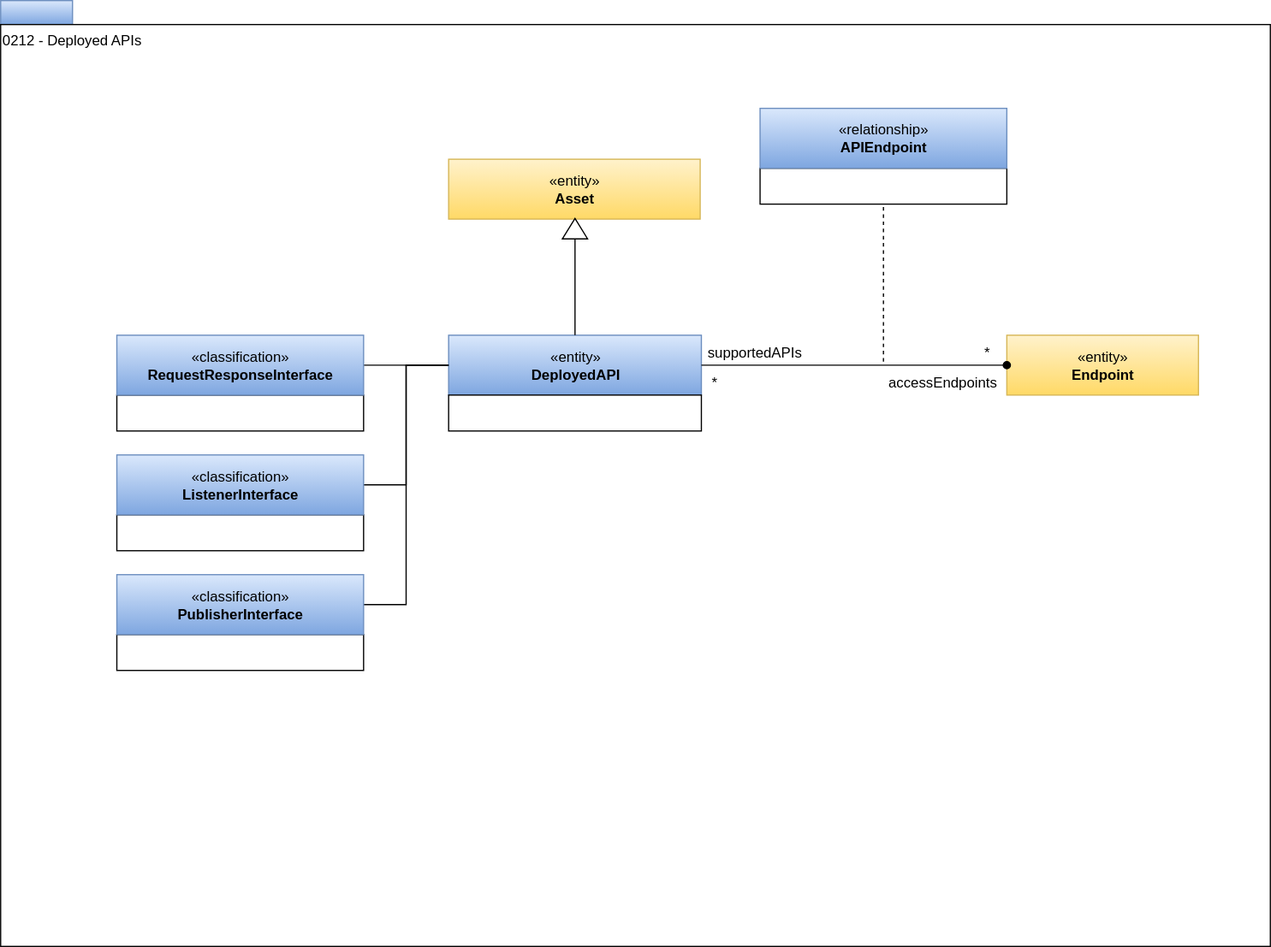
The draw.io diagram site/docs/types/2/0212-Deployed-APIs.svg in odpi/egeria-docs, before a commit. Source tidied: cells renumbered, new cells last; positions are measured from the earlier drawing's top-left corner, leaving out a move shared by most shapes.
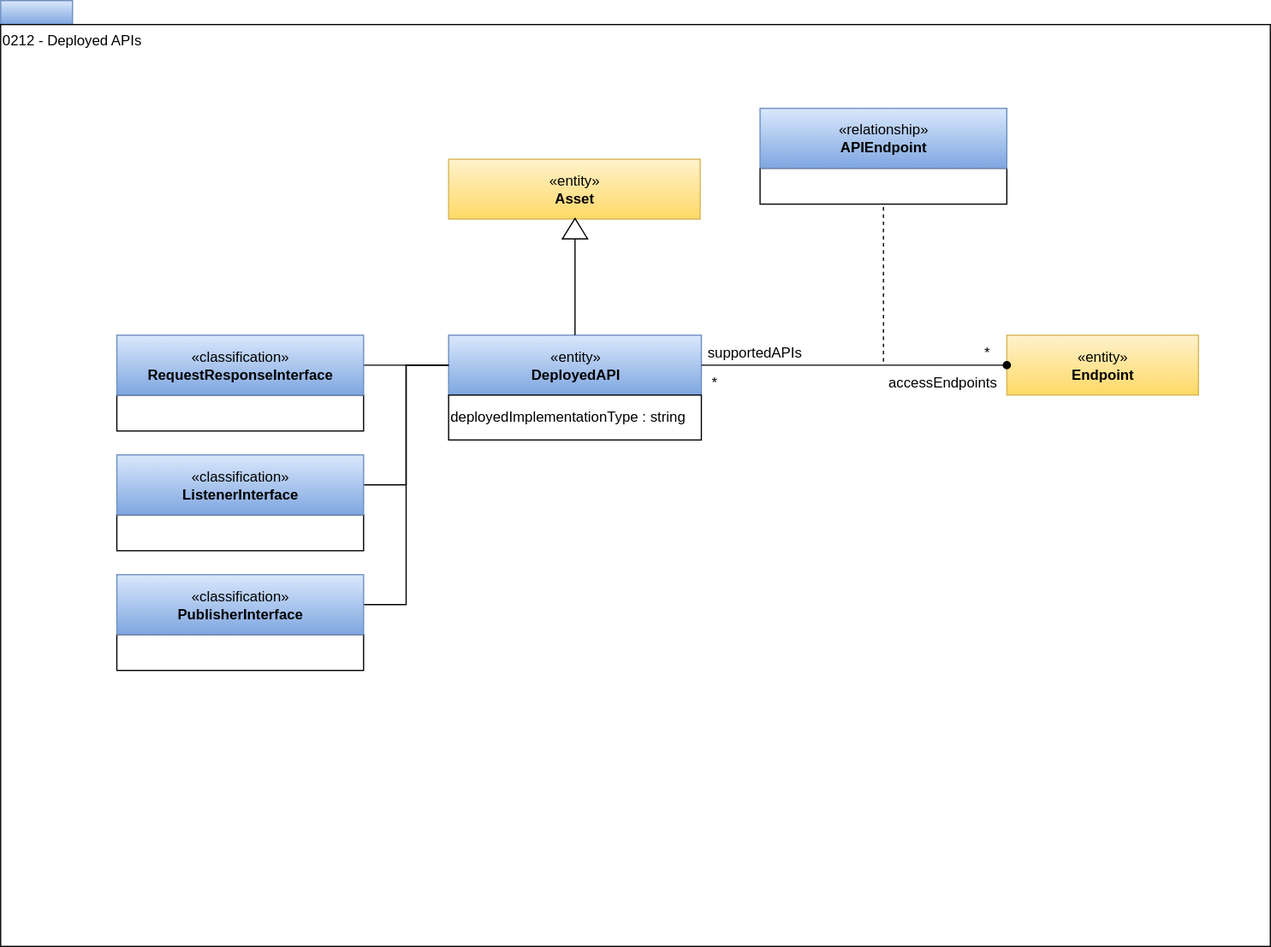
The same file after the commit.

Change to the diagram source:
```diff
@@ -58,8 +58,8 @@
     <mxCell id="19" value="«classification»&lt;br&gt;&lt;b&gt;RequestResponseInterface&lt;/b&gt;" style="html=1;strokeColor=#6c8ebf;align=center;fillColor=#dae8fc;gradientColor=#7ea6e0;" parent="1" vertex="1">
       <mxGeometry x="97" y="279.5" width="206" height="50" as="geometry" />
     </mxCell>
-    <mxCell id="20" style="rounded=0;whiteSpace=wrap;html=1;strokeColor=#000000;gradientColor=#ffffff;align=left;" parent="1" vertex="1">
-      <mxGeometry x="374" y="329.5" width="211" height="30" as="geometry" />
+    <mxCell id="20" value="deployedImplementationType : string" style="rounded=0;whiteSpace=wrap;html=1;strokeColor=#000000;gradientColor=#ffffff;align=left;" parent="1" vertex="1">
+      <mxGeometry x="374" y="329.5" width="211" height="37.5" as="geometry" />
     </mxCell>
     <mxCell id="21" style="rounded=0;whiteSpace=wrap;html=1;strokeColor=#000000;gradientColor=#ffffff;align=left;" parent="1" vertex="1">
       <mxGeometry x="97" y="429.5" width="206" height="30" as="geometry" />
```
